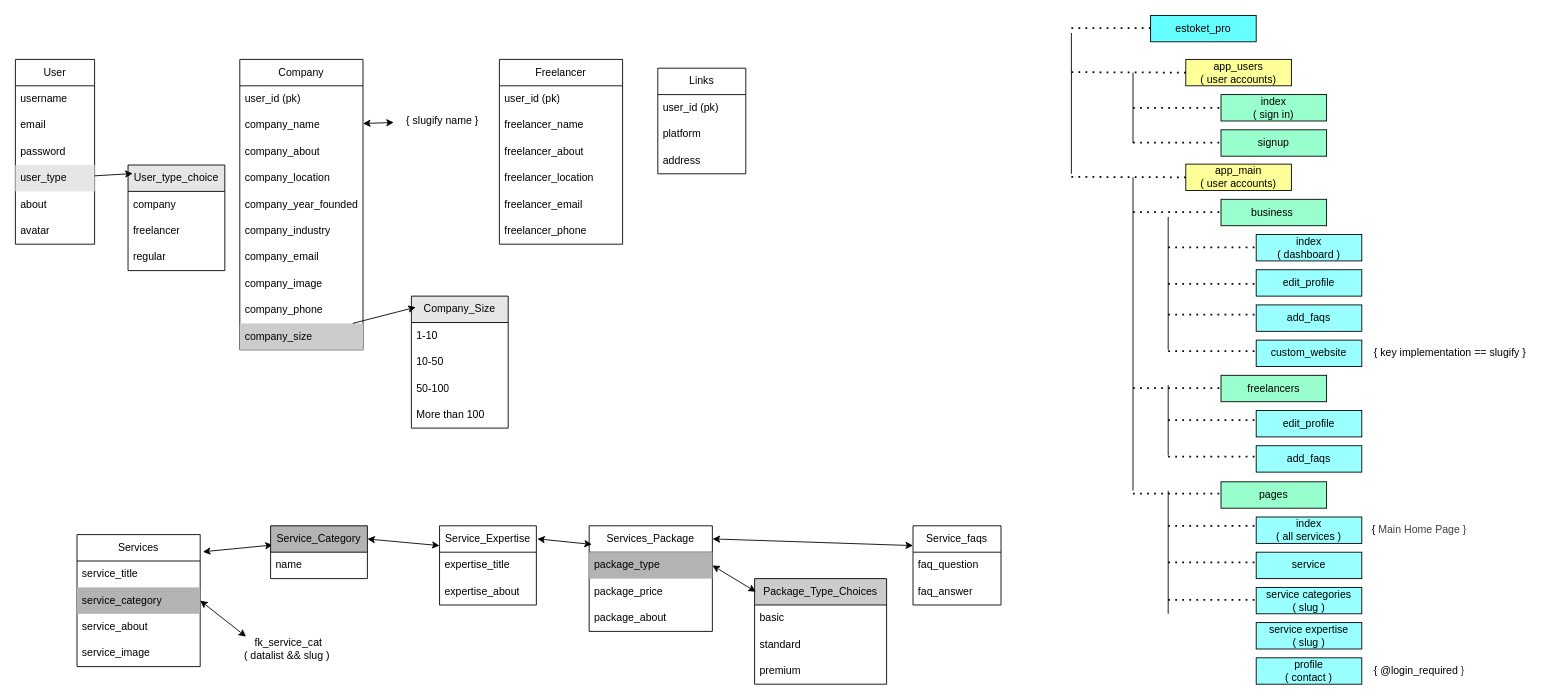
This is z_proto.drawio from I-AGBLE/estoket_pro, a draw.io file, before an edit. Source tidied: cells renumbered, new cells numbered last; positions are measured from the earlier drawing's top-left corner, leaving out a move shared by most shapes. Both pictures are drawn from the tidied source at 88%, with x=0, y=0 at pixel (15, 15).
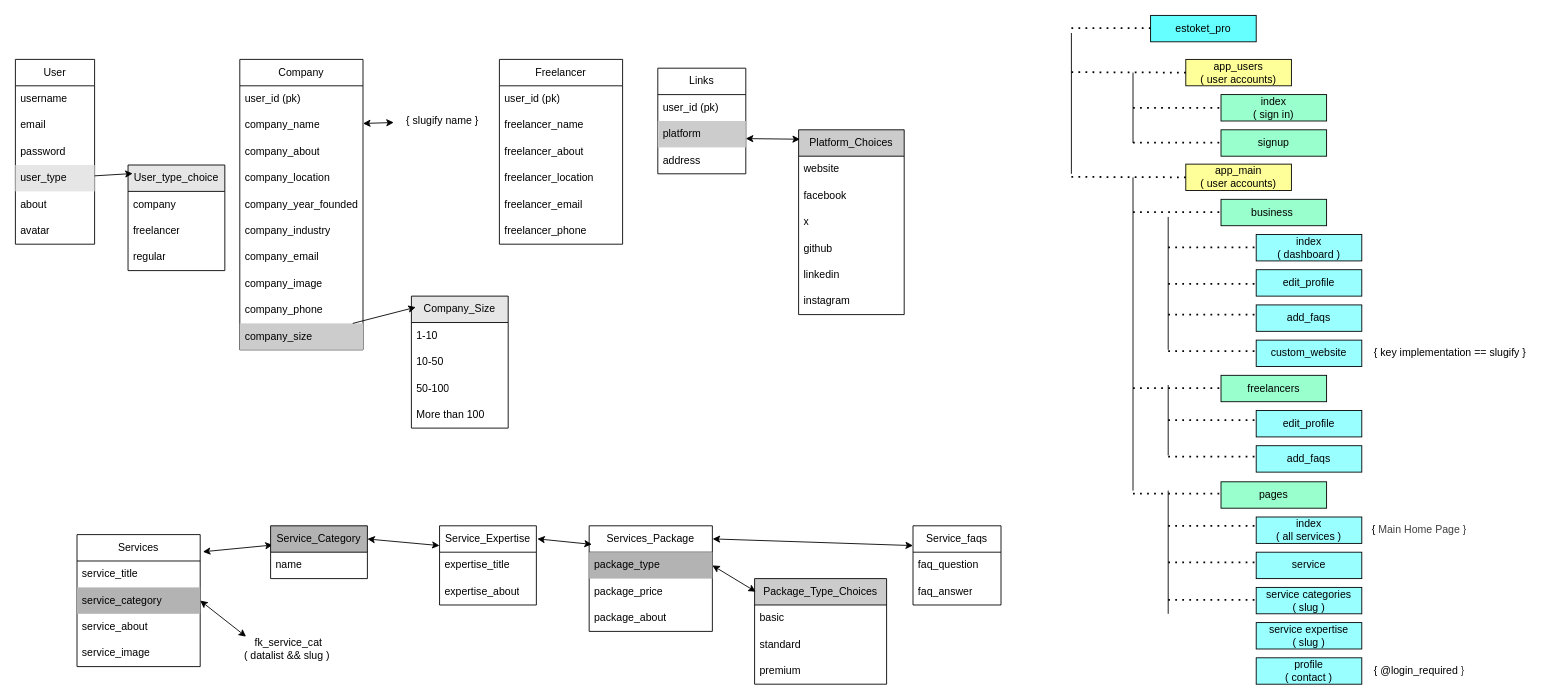
The same diagram, later.

Unchanged cells that the change refers to:
```xml
<mxCell id="68" value="Links" style="swimlane;fontStyle=0;horizontal=1;startSize=30;whiteSpace=wrap;html=1;" parent="1" vertex="1">
  <mxGeometry x="730" y="60" width="100" height="120" as="geometry" />
</mxCell>
```

What changed in the source:
```diff
@@
-    <mxCell id="70" value="platform" style="text;strokeColor=none;fillColor=none;align=left;verticalAlign=middle;spacingLeft=4;spacingRight=4;overflow=hidden;whiteSpace=wrap;html=1;" parent="68" vertex="1">
+    <mxCell id="70" value="platform" style="text;strokeColor=none;fillColor=#CCCCCC;align=left;verticalAlign=middle;spacingLeft=4;spacingRight=4;overflow=hidden;whiteSpace=wrap;html=1;" parent="68" vertex="1">
       <mxGeometry y="60" width="100" height="30" as="geometry" />
     </mxCell>
@@
+    <mxCell id="120" value="Platform_Choices" style="swimlane;fontStyle=0;horizontal=1;startSize=30;whiteSpace=wrap;html=1;fillColor=#CCCCCC;" parent="1" vertex="1">
+      <mxGeometry x="890" y="130" width="120" height="210" as="geometry" />
+    </mxCell>
+    <mxCell id="121" value="website" style="text;strokeColor=none;fillColor=none;align=left;verticalAlign=middle;spacingLeft=4;spacingRight=4;overflow=hidden;whiteSpace=wrap;html=1;" parent="120" vertex="1">
+      <mxGeometry y="30" width="120" height="30" as="geometry" />
+    </mxCell>
+    <mxCell id="122" value="facebook" style="text;strokeColor=none;fillColor=none;align=left;verticalAlign=middle;spacingLeft=4;spacingRight=4;overflow=hidden;whiteSpace=wrap;html=1;" parent="120" vertex="1">
+      <mxGeometry y="60" width="120" height="30" as="geometry" />
+    </mxCell>
+    <mxCell id="123" value="x" style="text;strokeColor=none;fillColor=none;align=left;verticalAlign=middle;spacingLeft=4;spacingRight=4;overflow=hidden;whiteSpace=wrap;html=1;" parent="120" vertex="1">
+      <mxGeometry y="90" width="120" height="30" as="geometry" />
+    </mxCell>
+    <mxCell id="124" value="github" style="text;strokeColor=none;fillColor=none;align=left;verticalAlign=middle;spacingLeft=4;spacingRight=4;overflow=hidden;whiteSpace=wrap;html=1;" parent="120" vertex="1">
+      <mxGeometry y="120" width="120" height="30" as="geometry" />
+    </mxCell>
+    <mxCell id="125" value="linkedin" style="text;strokeColor=none;fillColor=none;align=left;verticalAlign=middle;spacingLeft=4;spacingRight=4;overflow=hidden;whiteSpace=wrap;html=1;" parent="120" vertex="1">
+      <mxGeometry y="150" width="120" height="30" as="geometry" />
+    </mxCell>
+    <mxCell id="126" value="instagram" style="text;strokeColor=none;fillColor=none;align=left;verticalAlign=middle;spacingLeft=4;spacingRight=4;overflow=hidden;whiteSpace=wrap;html=1;" parent="120" vertex="1">
+      <mxGeometry y="180" width="120" height="30" as="geometry" />
+    </mxCell>
+    <mxCell id="127" style="endArrow=classic;startArrow=classic;html=1;entryX=0.013;entryY=0.051;entryDx=0;entryDy=0;entryPerimeter=0;" parent="1" edge="1" target="120">
+      <mxGeometry relative="1" as="geometry">
+        <mxPoint x="830" y="140" as="sourcePoint" />
+      </mxGeometry>
+    </mxCell>
```
